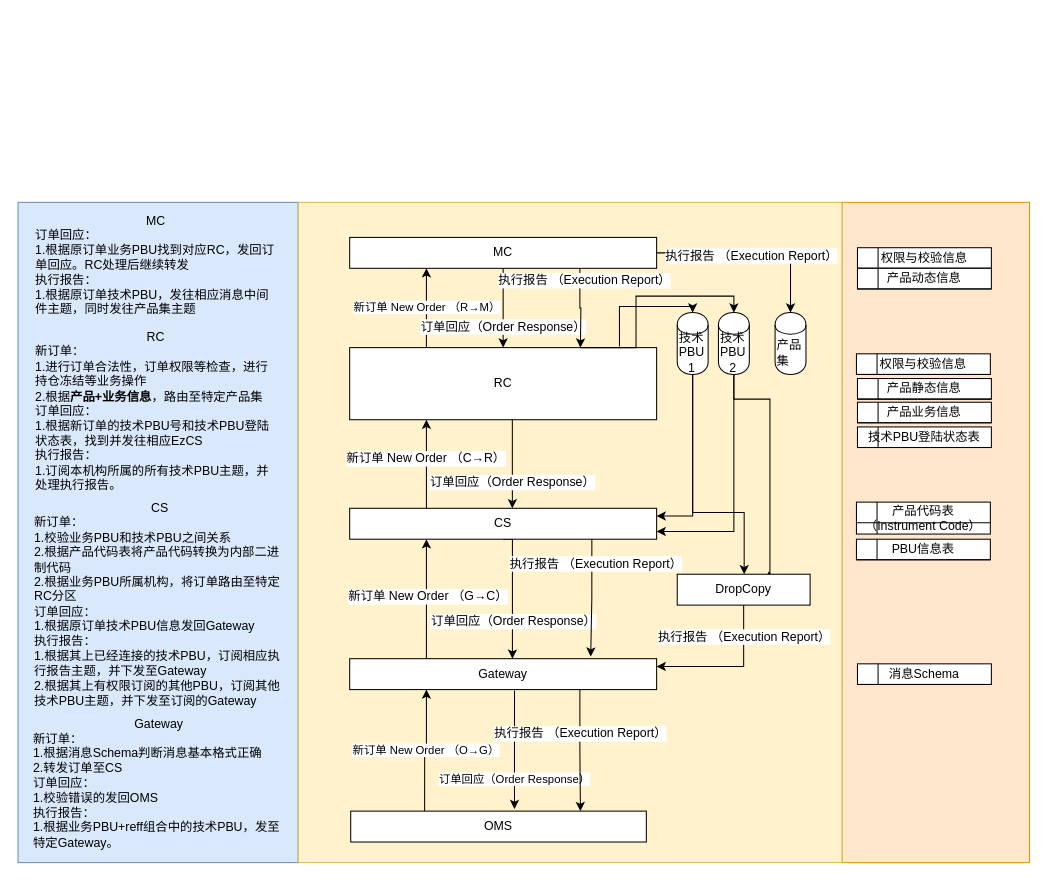
Before: page 2 of 4 of 交易系统升级流图 (2).drawio in gotrade/gotrade, a draw.io diagram. Source tidied: cells renumbered, new cells numbered last; positions are measured from the earlier drawing's top-left corner, leaving out a move shared by most shapes. Both pictures are drawn from the tidied source at 103%, with x=0, y=0 at pixel (18, 202).
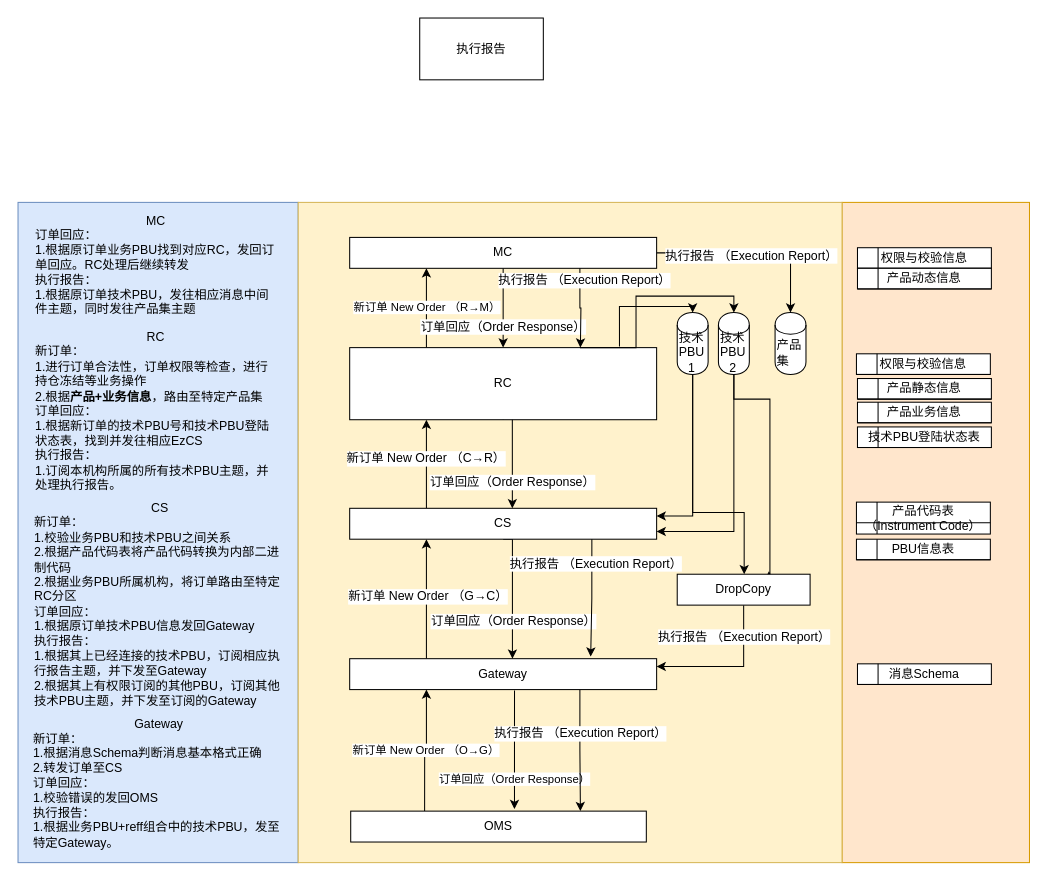
The same diagram, later.

What changed in the source:
```diff
@@
+    <mxCell id="56" value="执行报告&lt;br&gt;" style="rounded=0;whiteSpace=wrap;html=1;" parent="1" vertex="1">
+      <mxGeometry x="390" y="-179" width="120" height="60" as="geometry" />
+    </mxCell>
```
